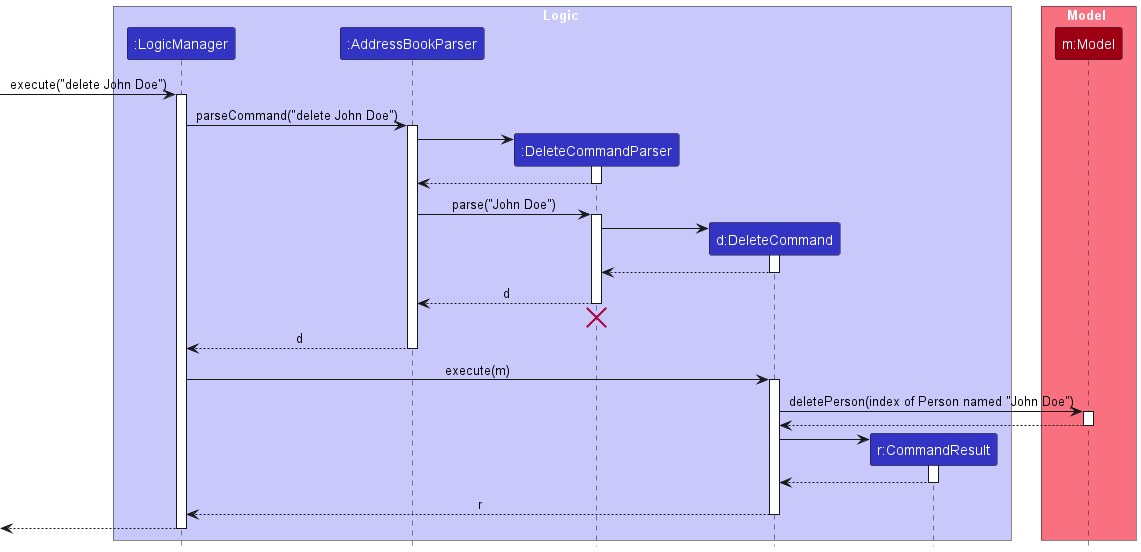
Above: docs/images/DeleteSequenceDiagram.png in nus-cs2103-AY2425S1/tp (PlantUML), before the change. Its diagram source:
```plantuml
@startuml
!include style.puml
skinparam ArrowFontStyle plain

box Logic LOGIC_COLOR_T1
participant ":LogicManager" as LogicManager LOGIC_COLOR
participant ":AddressBookParser" as AddressBookParser LOGIC_COLOR
participant ":DeleteCommandParser" as DeleteCommandParser LOGIC_COLOR
participant "d:DeleteCommand" as DeleteCommand LOGIC_COLOR
participant "r:CommandResult" as CommandResult LOGIC_COLOR
end box

box Model MODEL_COLOR_T1
participant "m:Model" as Model MODEL_COLOR
end box

[-> LogicManager : execute("delete John Doe")
activate LogicManager

LogicManager -> AddressBookParser : parseCommand("delete John Doe")
activate AddressBookParser

create DeleteCommandParser
AddressBookParser -> DeleteCommandParser
activate DeleteCommandParser

DeleteCommandParser --> AddressBookParser
deactivate DeleteCommandParser

AddressBookParser -> DeleteCommandParser : parse("John Doe")
activate DeleteCommandParser

create DeleteCommand
DeleteCommandParser -> DeleteCommand
activate DeleteCommand

DeleteCommand --> DeleteCommandParser :
deactivate DeleteCommand

DeleteCommandParser --> AddressBookParser : d
deactivate DeleteCommandParser
DeleteCommandParser -[hidden]-> AddressBookParser
destroy DeleteCommandParser

AddressBookParser --> LogicManager : d
deactivate AddressBookParser

LogicManager -> DeleteCommand : execute(m)
activate DeleteCommand

DeleteCommand -> Model : deletePerson(index of Person named "John Doe")
activate Model

Model --> DeleteCommand
deactivate Model

create CommandResult
DeleteCommand -> CommandResult
activate CommandResult

CommandResult --> DeleteCommand
deactivate CommandResult

DeleteCommand --> LogicManager : r
deactivate DeleteCommand

[<--LogicManager
deactivate LogicManager
@enduml
```
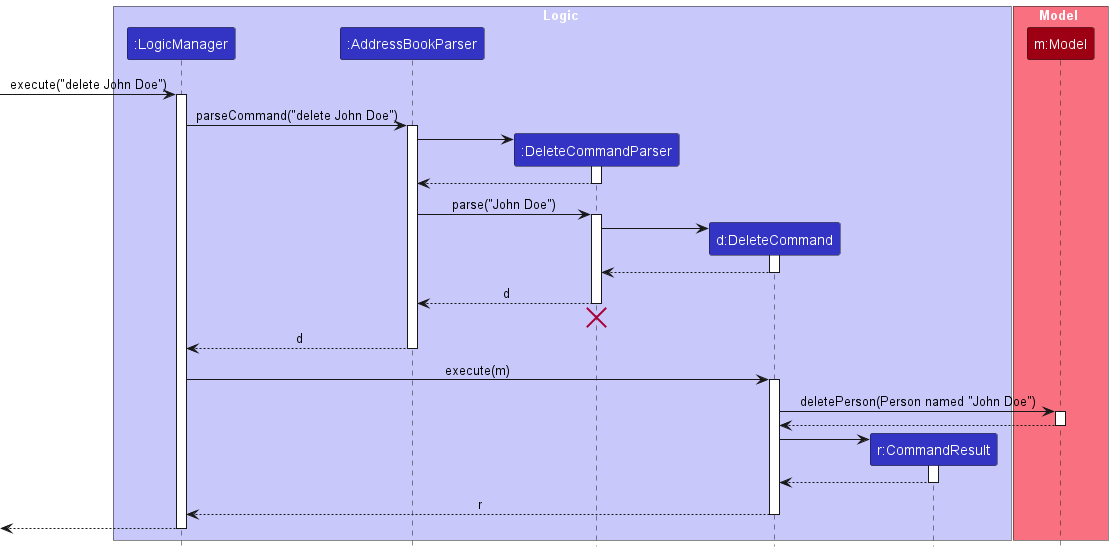
Later version of the same file.

Commit message:
Fix error in diagram

The edit, as a diff of the source:
```diff
@@ -48,7 +48,7 @@
 LogicManager -> DeleteCommand : execute(m)
 activate DeleteCommand
 
-DeleteCommand -> Model : deletePerson(index of Person named "John Doe")
+DeleteCommand -> Model : deletePerson(Person named "John Doe")
 activate Model
 
 Model --> DeleteCommand
```
